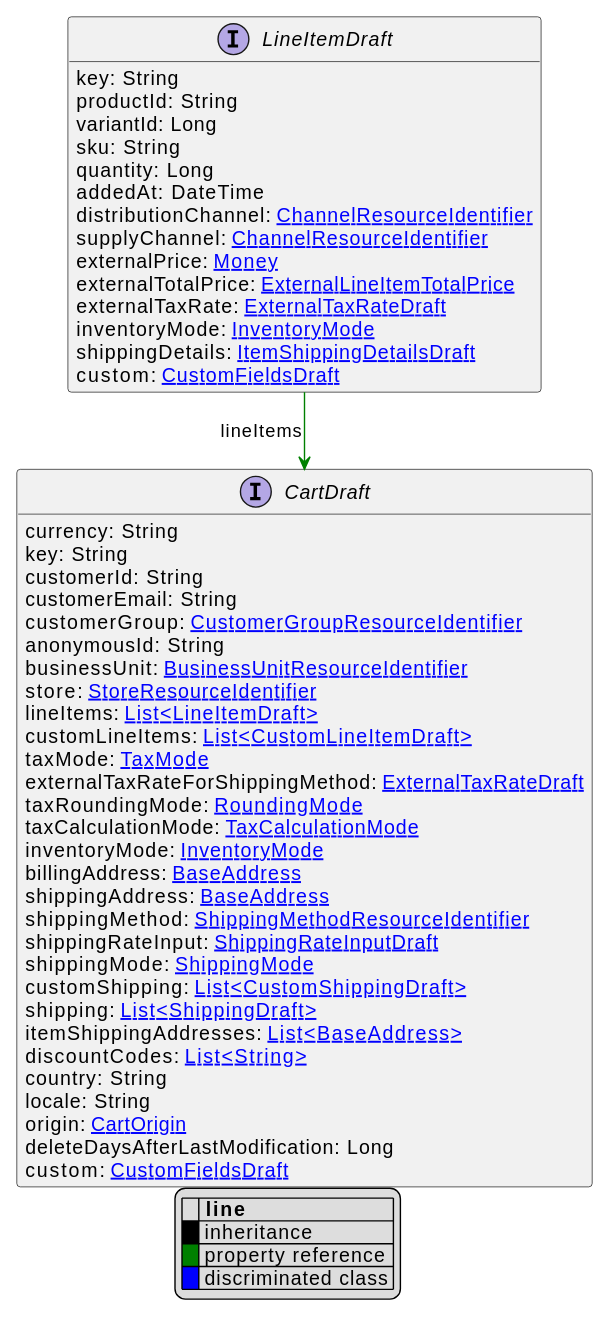
Above: uml/api/svg/LineItemDraft.svg in commercetools/commercetools-api-reference (PlantUML), before the change.
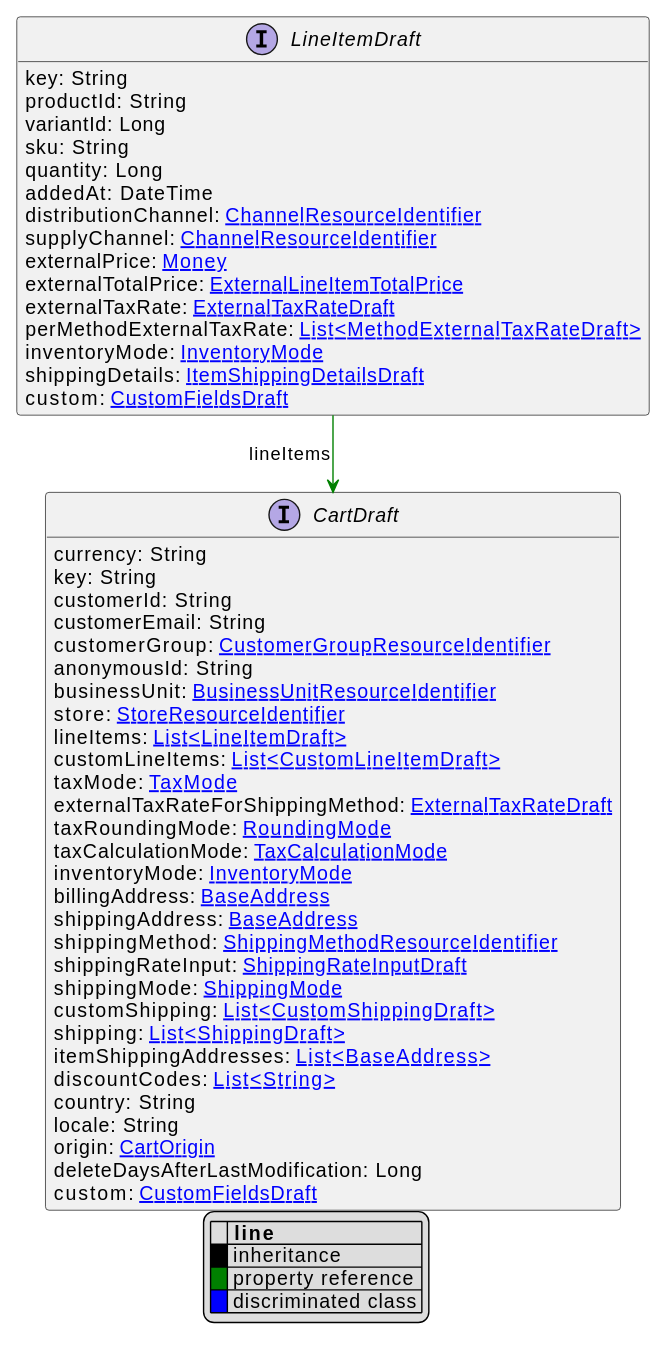
The same diagram one commit later.

Change to the diagram source:
```diff
@@ -20,6 +20,7 @@
     externalPrice: [[Money.svg Money]]
     externalTotalPrice: [[ExternalLineItemTotalPrice.svg ExternalLineItemTotalPrice]]
     externalTaxRate: [[ExternalTaxRateDraft.svg ExternalTaxRateDraft]]
+    perMethodExternalTaxRate: [[MethodExternalTaxRateDraft.svg List<MethodExternalTaxRateDraft>]]
     inventoryMode: [[InventoryMode.svg InventoryMode]]
     shippingDetails: [[ItemShippingDetailsDraft.svg ItemShippingDetailsDraft]]
     custom: [[CustomFieldsDraft.svg CustomFieldsDraft]]
```
